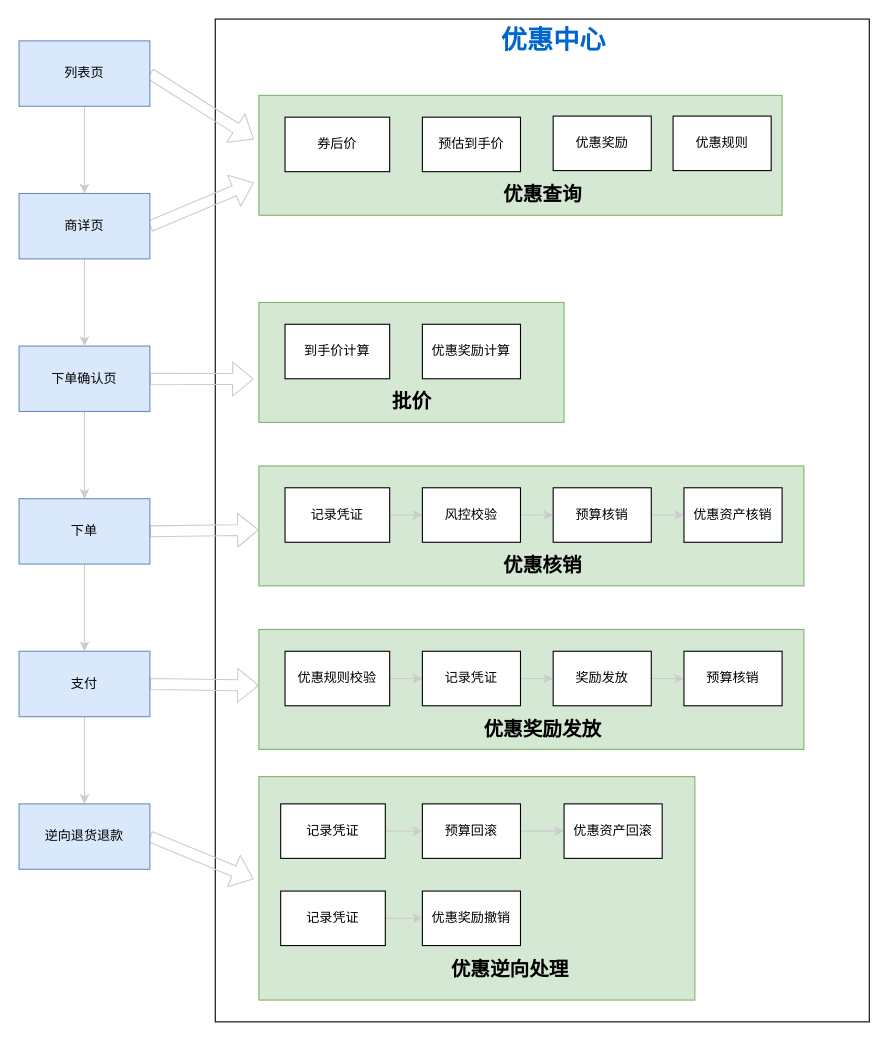
Earlier version of the draw.io diagram page "Page-36" (28 of 28) of Untitled Diagram.drawio (zengcrvip/basedemo). Source tidied: cells renumbered, new cells numbered last; positions are measured from the earlier drawing's top-left corner, leaving out a move shared by most shapes. Both pictures are drawn from the tidied source at 109%, with x=0, y=0 at pixel (19, 19).
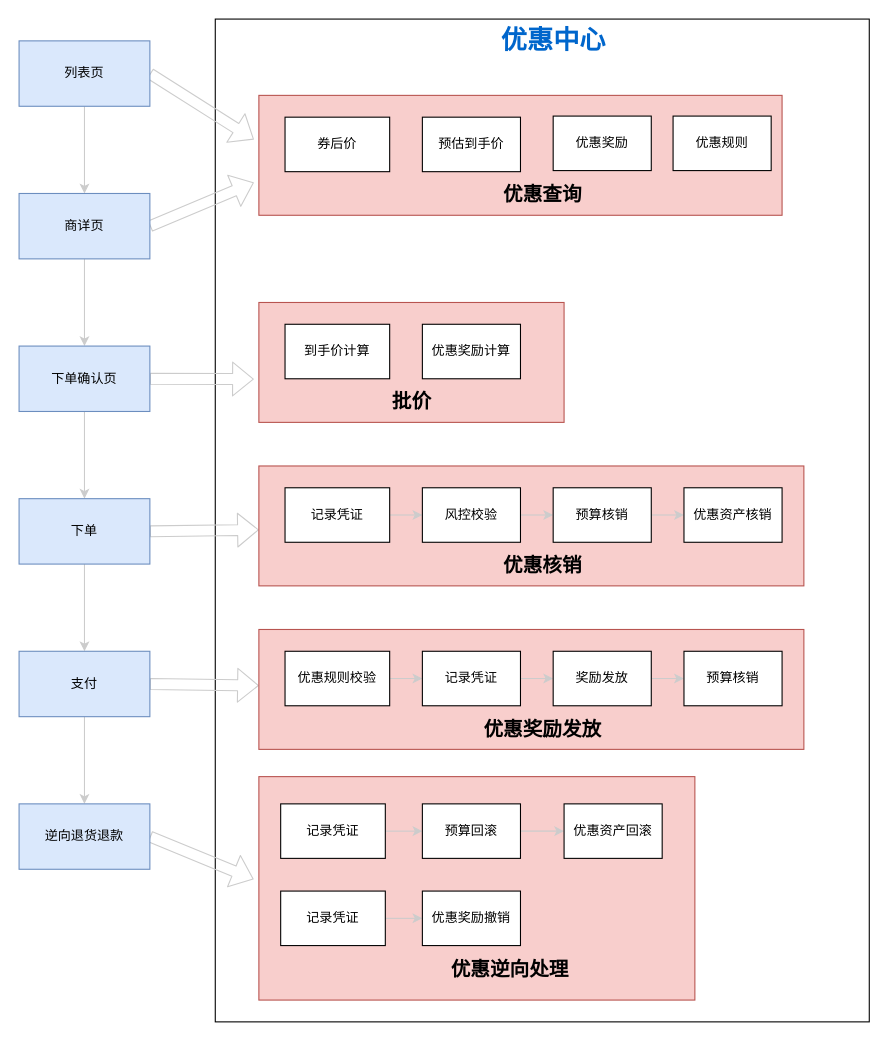
The same diagram, later.

Diff of the diagram source:
```diff
@@
-    <mxCell id="20" style="rounded=0;whiteSpace=wrap;html=1;fontFamily=Verdana;fontSize=12;align=center;fillColor=#d5e8d4;strokeColor=#82b366;" parent="1" vertex="1">
+    <mxCell id="20" style="rounded=0;whiteSpace=wrap;html=1;fontFamily=Verdana;fontSize=12;align=center;fillColor=#f8cecc;strokeColor=#b85450;" parent="1" vertex="1">
       <mxGeometry x="220" y="410" width="500" height="110" as="geometry" />
     </mxCell>
@@
-    <mxCell id="29" style="rounded=0;whiteSpace=wrap;html=1;fontFamily=Verdana;fontSize=12;align=center;fillColor=#d5e8d4;strokeColor=#82b366;" parent="1" vertex="1">
+    <mxCell id="29" style="rounded=0;whiteSpace=wrap;html=1;fontFamily=Verdana;fontSize=12;align=center;fillColor=#f8cecc;strokeColor=#b85450;" parent="1" vertex="1">
       <mxGeometry x="220" y="695" width="400" height="205" as="geometry" />
     </mxCell>
@@
-    <mxCell id="39" style="rounded=0;whiteSpace=wrap;html=1;fontFamily=Verdana;fontSize=12;align=center;fillColor=#d5e8d4;strokeColor=#82b366;" parent="1" vertex="1">
+    <mxCell id="39" style="rounded=0;whiteSpace=wrap;html=1;fontFamily=Verdana;fontSize=12;align=center;fillColor=#f8cecc;strokeColor=#b85450;" parent="1" vertex="1">
       <mxGeometry x="220" y="560" width="500" height="110" as="geometry" />
     </mxCell>
@@
-    <mxCell id="48" style="rounded=0;whiteSpace=wrap;html=1;fontFamily=Verdana;fontSize=12;align=center;fillColor=#d5e8d4;strokeColor=#82b366;" parent="1" vertex="1">
+    <mxCell id="48" style="rounded=0;whiteSpace=wrap;html=1;fontFamily=Verdana;fontSize=12;align=center;fillColor=#f8cecc;strokeColor=#b85450;" parent="1" vertex="1">
       <mxGeometry x="220" y="260" width="280" height="110" as="geometry" />
     </mxCell>
@@
-    <mxCell id="53" style="rounded=0;whiteSpace=wrap;html=1;fontFamily=Verdana;fontSize=12;align=center;fillColor=#d5e8d4;strokeColor=#82b366;" parent="1" vertex="1">
+    <mxCell id="53" style="rounded=0;whiteSpace=wrap;html=1;fontFamily=Verdana;fontSize=12;align=center;fillColor=#f8cecc;strokeColor=#b85450;" parent="1" vertex="1">
       <mxGeometry x="220" y="70" width="480" height="110" as="geometry" />
     </mxCell>
```
